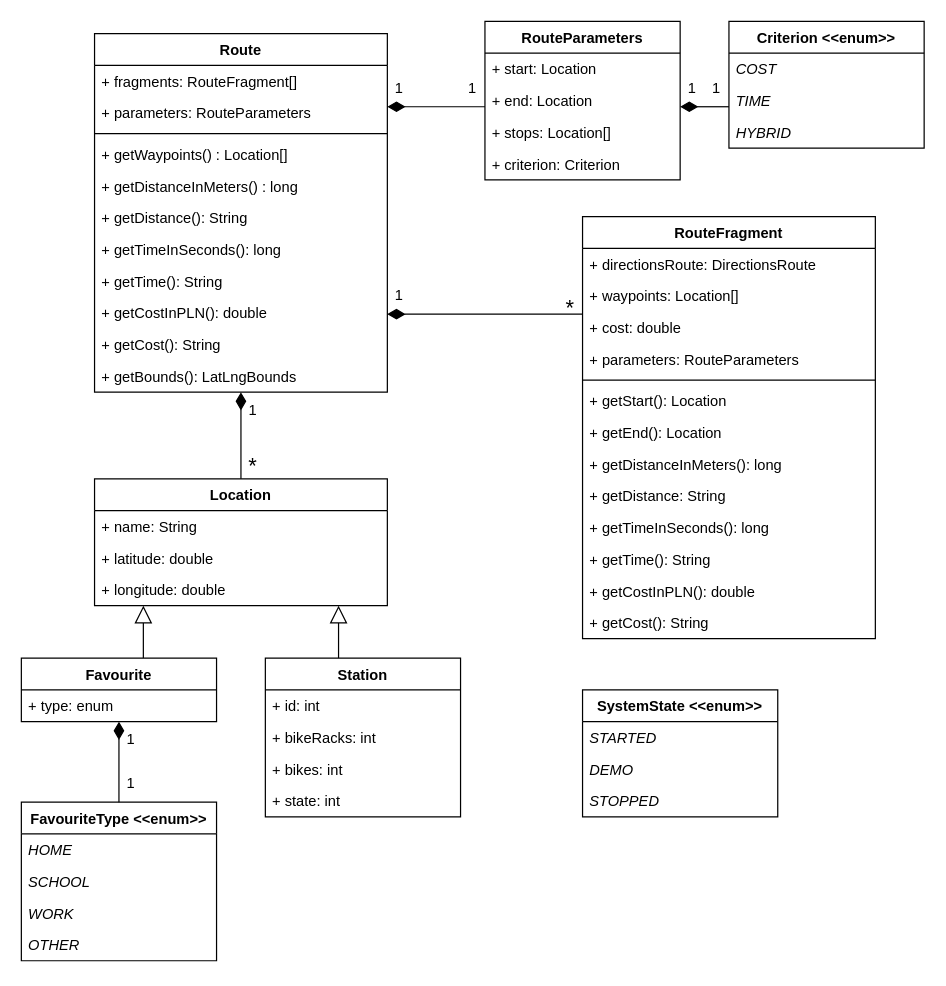
Above: diagrams/baseclassdiagram.drawio in Freeturilo/FreeturiloDocumentation (draw.io), before the change. Source tidied: cells renumbered, new cells numbered last; positions are measured from the earlier drawing's top-left corner, leaving out a move shared by most shapes. Both pictures are drawn from the tidied source at 122%, with x=0, y=0 at pixel (21, 21).
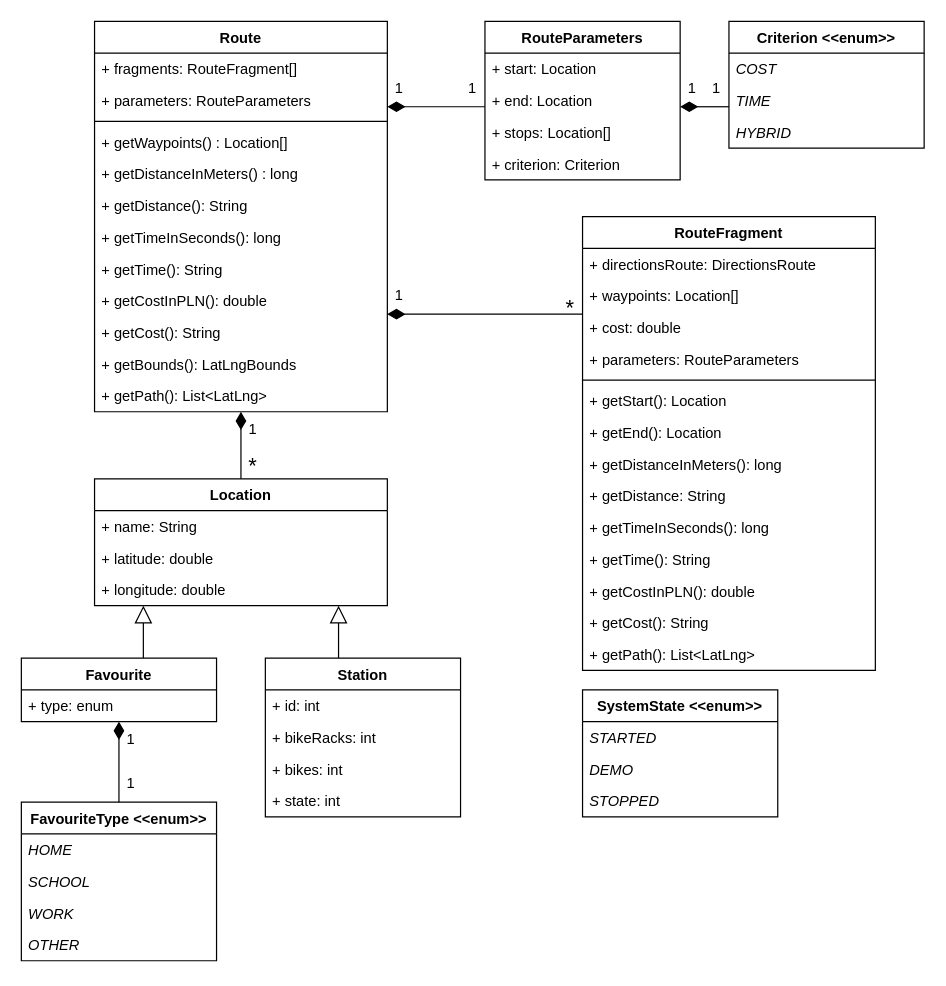
Above is the later version.

Commit message:
Updated base class diagram to contain Route::getPath

Diff of the diagram source:
```diff
@@
     <mxCell id="15" value="Route" style="swimlane;fontStyle=1;align=center;verticalAlign=top;horizontal=1;startSize=26;" parent="1" vertex="1">
-      <mxGeometry x="60" y="10" width="240" height="294" as="geometry" />
+      <mxGeometry x="60" width="240" height="320" as="geometry" />
     </mxCell>
@@
+    <mxCell id="74" value="+ getPath(): List&lt;LatLng&gt;" style="text;strokeColor=none;fillColor=none;align=left;verticalAlign=top;spacingLeft=4;spacingRight=4;overflow=hidden;" parent="15" vertex="1">
+      <mxGeometry y="294" width="240" height="26" as="geometry" />
+    </mxCell>
@@
     <mxCell id="31" value="1" style="text;html=1;strokeColor=none;fillColor=none;align=center;verticalAlign=middle;whiteSpace=wrap;rounded=0;fontSize=12;" parent="1" vertex="1">
-      <mxGeometry x="180" y="304" width="20" height="30" as="geometry" />
+      <mxGeometry x="180" y="320" width="20" height="30" as="geometry" />
     </mxCell>
@@
     <mxCell id="33" value="RouteFragment" style="swimlane;fontStyle=1;align=center;verticalAlign=top;horizontal=1;startSize=26;" parent="1" vertex="1">
-      <mxGeometry x="460" y="160" width="240" height="346" as="geometry" />
+      <mxGeometry x="460" y="160" width="240" height="372" as="geometry" />
     </mxCell>
@@
+    <mxCell id="75" value="+ getPath(): List&lt;LatLng&gt;" style="text;strokeColor=none;fillColor=none;align=left;verticalAlign=top;spacingLeft=4;spacingRight=4;overflow=hidden;" parent="33" vertex="1">
+      <mxGeometry y="346" width="240" height="26" as="geometry" />
+    </mxCell>
```
